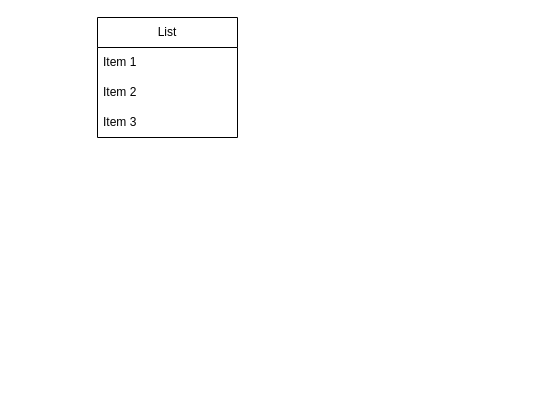
Earlier version of the draw.io diagram Свободы 57Д (ход строительства).drawio (dstalev-afk/Diagrams). Source tidied: cells renumbered, new cells numbered last; positions are measured from the earlier drawing's top-left corner, leaving out a move shared by most shapes. Both pictures are drawn from the tidied source at 100%, with x=0, y=0 at pixel (97, 17).
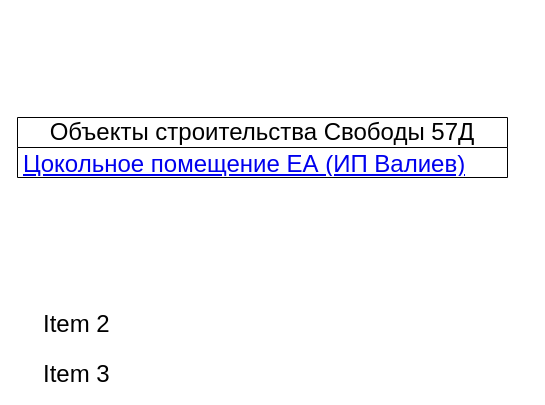
Above is the later version.

Diff of the diagram source:
```diff
@@
 <mxGraphModel>
   <root>
     <mxCell id="0" />
     <mxCell id="1" parent="0" />
-    <mxCell id="2" value="List" style="swimlane;fontStyle=0;horizontal=1;startSize=30;whiteSpace=wrap;html=1;" parent="1" vertex="1">
-      <mxGeometry width="140" height="120" as="geometry" />
-    </mxCell>
-    <mxCell id="3" value="Item 1" style="text;strokeColor=none;fillColor=none;align=left;verticalAlign=middle;spacingLeft=4;spacingRight=4;overflow=hidden;whiteSpace=wrap;html=1;" parent="2" vertex="1">
-      <mxGeometry y="30" width="140" height="30" as="geometry" />
-    </mxCell>
+    <mxCell id="6" value="Объекты строительства Свободы 57Д" style="swimlane;fontStyle=0;horizontal=1;startSize=30;whiteSpace=wrap;html=1;fontSize=24;" parent="1" vertex="1">
+      <mxGeometry x="-80" y="100" width="490" height="60" as="geometry" />
+    </mxCell>
+    <mxCell id="7" value="&lt;a href=&quot;https://app.diagrams.net/?src=about#Hdstalev-afk%2FDiagrams%2Fmain%2F%D0%A6%D0%BE%D0%BA%D0%BE%D0%BB%D1%8C%20(%D0%95%D0%90)%20%D0%9A%D0%BE%D1%80%D0%BF%D1%83%D1%81%202.drawio#%7B%22pageId%22%3A%22HfEHtyiL9DBPX4W-OFM9%22%7D&quot;&gt;Цокольное помещение ЕА (ИП Валиев)&lt;/a&gt;" style="text;strokeColor=none;fillColor=none;align=left;verticalAlign=middle;spacingLeft=4;spacingRight=4;overflow=hidden;whiteSpace=wrap;html=1;fontSize=24;" parent="6" vertex="1">
+      <mxGeometry y="30" width="490" height="30" as="geometry" />
+    </mxCell>
+    <mxCell id="5" value="Item 3" style="text;strokeColor=none;fillColor=none;align=left;verticalAlign=middle;spacingLeft=4;spacingRight=4;overflow=hidden;whiteSpace=wrap;html=1;fontSize=24;" parent="1" vertex="1">
+      <mxGeometry x="-60" y="340" width="490" height="30" as="geometry" />
+    </mxCell>
-    <mxCell id="4" value="Item 2" style="text;strokeColor=none;fillColor=none;align=left;verticalAlign=middle;spacingLeft=4;spacingRight=4;overflow=hidden;whiteSpace=wrap;html=1;" parent="2" vertex="1">
-      <mxGeometry y="60" width="140" height="30" as="geometry" />
+    <mxCell id="4" value="Item 2" style="text;strokeColor=none;fillColor=none;align=left;verticalAlign=middle;spacingLeft=4;spacingRight=4;overflow=hidden;whiteSpace=wrap;html=1;fontSize=24;" parent="1" vertex="1">
+      <mxGeometry x="-60" y="290" width="490" height="30" as="geometry" />
     </mxCell>
-    <mxCell id="5" value="Item 3" style="text;strokeColor=none;fillColor=none;align=left;verticalAlign=middle;spacingLeft=4;spacingRight=4;overflow=hidden;whiteSpace=wrap;html=1;" parent="2" vertex="1">
-      <mxGeometry y="90" width="140" height="30" as="geometry" />
-    </mxCell>
   </root>
 </mxGraphModel>
```
